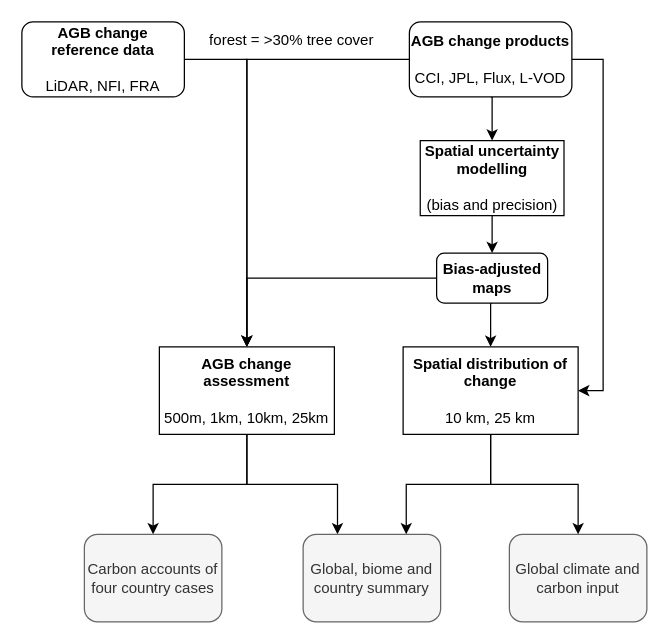
This is paper2.drawio from arnanaraza/diagrams, a draw.io file, before an edit. Source tidied: cells renumbered, new cells numbered last; positions are measured from the earlier drawing's top-left corner, leaving out a move shared by most shapes. Both pictures are drawn from the tidied source at 125%, with x=0, y=0 at pixel (21, 21).
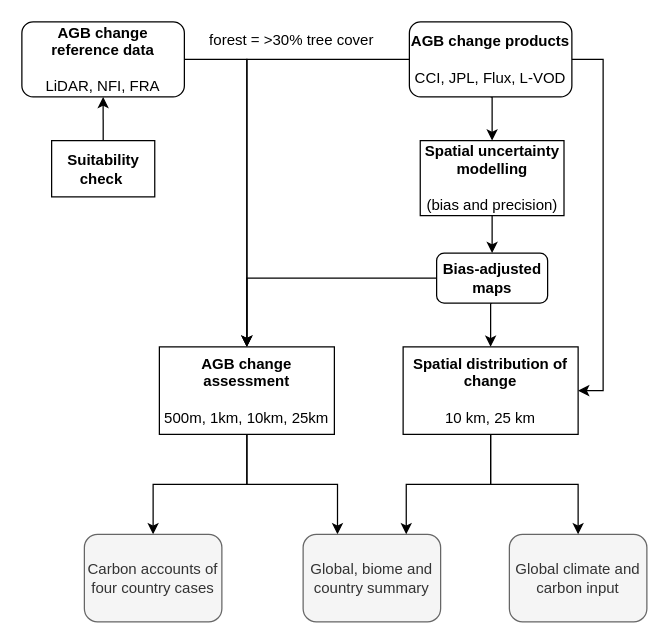
The same diagram, later.

The change refers to these unchanged cells:
```xml
<mxCell id="3" value="&lt;b style=&quot;font-family: &amp;#34;helvetica&amp;#34;&quot;&gt;AGB change reference data&lt;/b&gt;&lt;br style=&quot;font-family: &amp;#34;helvetica&amp;#34;&quot;&gt;&lt;br style=&quot;font-family: &amp;#34;helvetica&amp;#34;&quot;&gt;&lt;span style=&quot;font-family: &amp;#34;helvetica&amp;#34;&quot;&gt;LiDAR, NFI, FRA&lt;/span&gt;" style="rounded=1;whiteSpace=wrap;html=1;shadow=0;glass=0;sketch=0;" parent="1" vertex="1">
  <mxGeometry width="130" height="60" as="geometry" />
</mxCell>
```

The edit, as a diff of the source:
```diff
@@
+    <mxCell id="23" style="edgeStyle=orthogonalEdgeStyle;rounded=0;jettySize=auto;html=1;exitX=0.5;exitY=0;exitDx=0;exitDy=0;entryX=0.5;entryY=1;entryDx=0;entryDy=0;" parent="1" edge="1" source="24" target="3">
+      <mxGeometry relative="1" as="geometry" />
+    </mxCell>
+    <mxCell id="24" value="&lt;b&gt;Suitability check&amp;nbsp;&lt;/b&gt;" style="rounded=0;whiteSpace=wrap;html=1;" parent="1" vertex="1">
+      <mxGeometry x="23.8" y="95" width="82.5" height="45" as="geometry" />
+    </mxCell>
```
